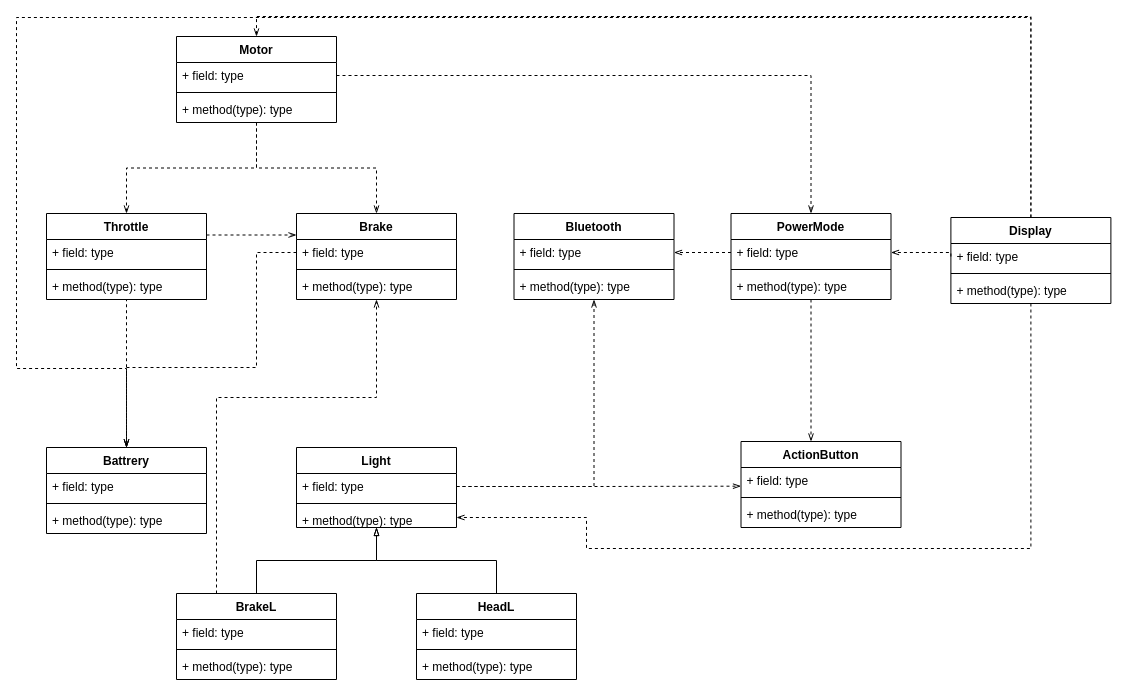
Before: doc/class diagram.drawio in LucasCoraca/M365-Unlocked, a draw.io diagram. Source tidied: cells renumbered, new cells numbered last; positions are measured from the earlier drawing's top-left corner, leaving out a move shared by most shapes. Both pictures are drawn from the tidied source at 100%, with x=0, y=0 at pixel (16, 17).
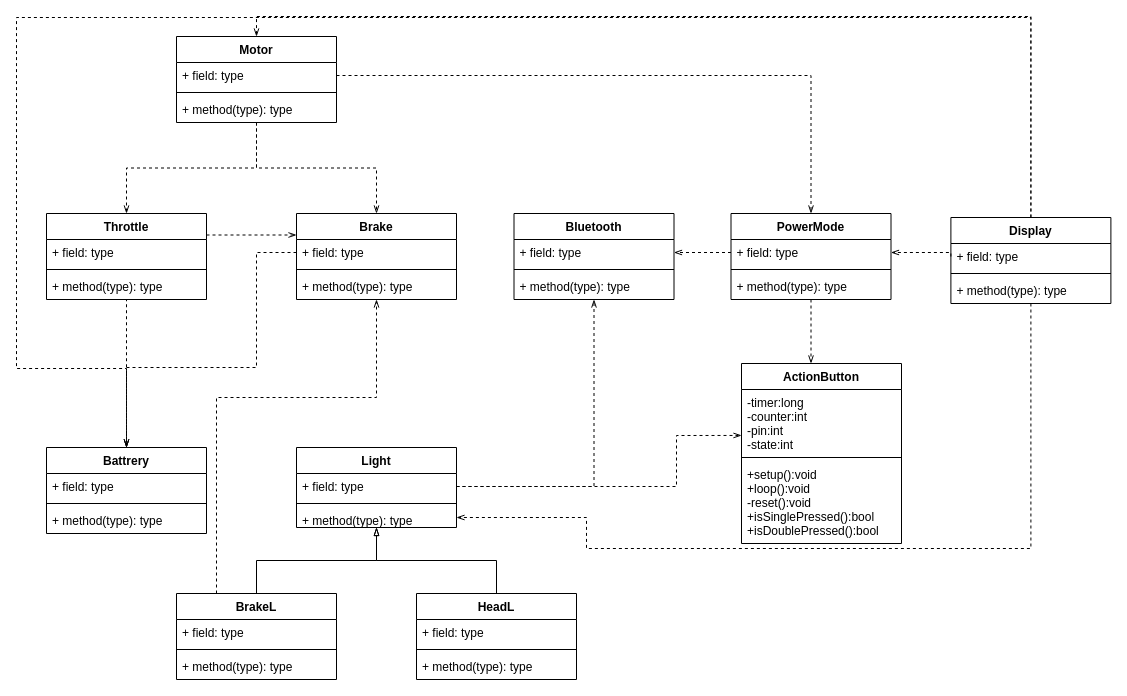
The same diagram, later.

The change refers to these unchanged cells:
```xml
<mxCell id="22" value="+ field: type" style="text;strokeColor=none;fillColor=none;align=left;verticalAlign=top;spacingLeft=4;spacingRight=4;overflow=hidden;points=[[0,0.5],[1,0.5]];portConstraint=eastwest;" parent="21" vertex="1">
  <mxGeometry y="26" width="160" height="26" as="geometry" />
</mxCell>
```

Diff of the diagram source:
```diff
@@
     <mxCell id="49" value="ActionButton" style="swimlane;fontStyle=1;align=center;verticalAlign=top;horizontal=1;startSize=26;" parent="1" vertex="1">
-      <mxGeometry x="724.5" y="424" width="160" height="86" as="geometry" />
+      <mxGeometry x="725" y="346" width="160" height="180" as="geometry" />
     </mxCell>
-    <mxCell id="50" value="+ field: type" style="text;strokeColor=none;fillColor=none;align=left;verticalAlign=top;spacingLeft=4;spacingRight=4;overflow=hidden;points=[[0,0.5],[1,0.5]];portConstraint=eastwest;" parent="49" vertex="1">
-      <mxGeometry y="26" width="160" height="26" as="geometry" />
+    <mxCell id="50" value="-timer:long&#10;-counter:int&#10;-pin:int&#10;-state:int&#10;" style="text;strokeColor=none;fillColor=none;align=left;verticalAlign=top;spacingLeft=4;spacingRight=4;overflow=hidden;points=[[0,0.5],[1,0.5]];portConstraint=eastwest;" parent="49" vertex="1">
+      <mxGeometry y="26" width="160" height="64" as="geometry" />
     </mxCell>
     <mxCell id="51" style="line;strokeWidth=1;fillColor=none;align=left;verticalAlign=middle;spacingTop=-1;spacingLeft=3;spacingRight=3;labelPosition=right;" parent="49" vertex="1">
-      <mxGeometry y="52" width="160" height="8" as="geometry" />
+      <mxGeometry y="90" width="160" height="8" as="geometry" />
     </mxCell>
-    <mxCell id="52" value="+ method(type): type" style="text;strokeColor=none;fillColor=none;align=left;verticalAlign=top;spacingLeft=4;spacingRight=4;overflow=hidden;" parent="49" vertex="1">
-      <mxGeometry y="60" width="160" height="26" as="geometry" />
+    <mxCell id="52" value="+setup():void&#10;+loop():void&#10;-reset():void&#10;+isSinglePressed():bool&#10;+isDoublePressed():bool&#10;" style="text;strokeColor=none;fillColor=none;align=left;verticalAlign=top;spacingLeft=4;spacingRight=4;overflow=hidden;" parent="49" vertex="1">
+      <mxGeometry y="98" width="160" height="82" as="geometry" />
     </mxCell>
@@
     <mxCell id="58" style="edgeStyle=orthogonalEdgeStyle;rounded=0;jettySize=auto;html=1;exitX=1;exitY=0.5;exitDx=0;exitDy=0;entryX=0;entryY=0.718;entryDx=0;entryDy=0;entryPerimeter=0;dashed=1;startArrow=none;startFill=0;endArrow=openThin;endFill=0;" parent="1" edge="1" source="22" target="50">
       <mxGeometry relative="1" as="geometry">
         <Array as="points">
-          <mxPoint x="583" y="469" />
-          <mxPoint x="583" y="468" />
+          <mxPoint x="660" y="469" />
+          <mxPoint x="660" y="418" />
         </Array>
       </mxGeometry>
     </mxCell>
```
